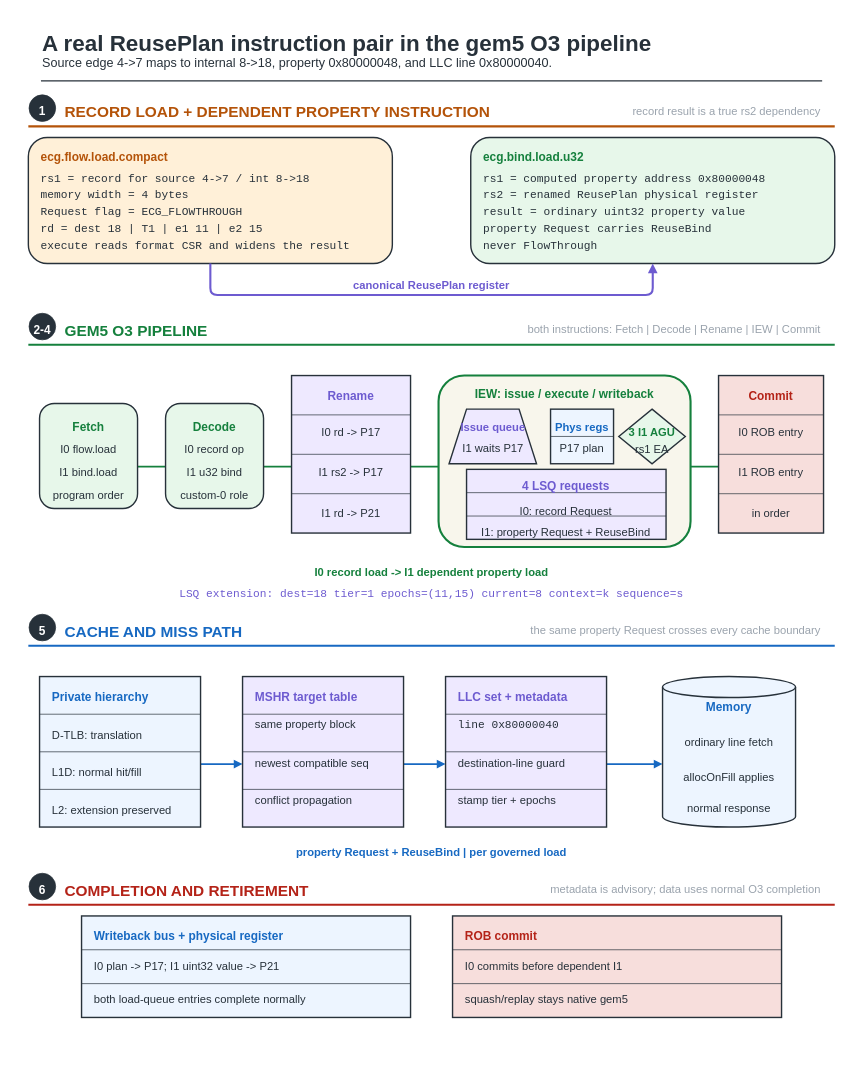
This is fig/wiki_src/risc-v-instruction-path/risc-v-instruction-path-f02-o3-request-pipeline.drawio from UVA-LavaLab/ECG_GrAPL, a draw.io file, before an edit. Source tidied: cells renumbered, new cells numbered last; positions are measured from the earlier drawing's top-left corner, leaving out a move shared by most shapes. Both pictures are drawn from the tidied source at 70%, with x=0, y=0 at pixel (11, 11).
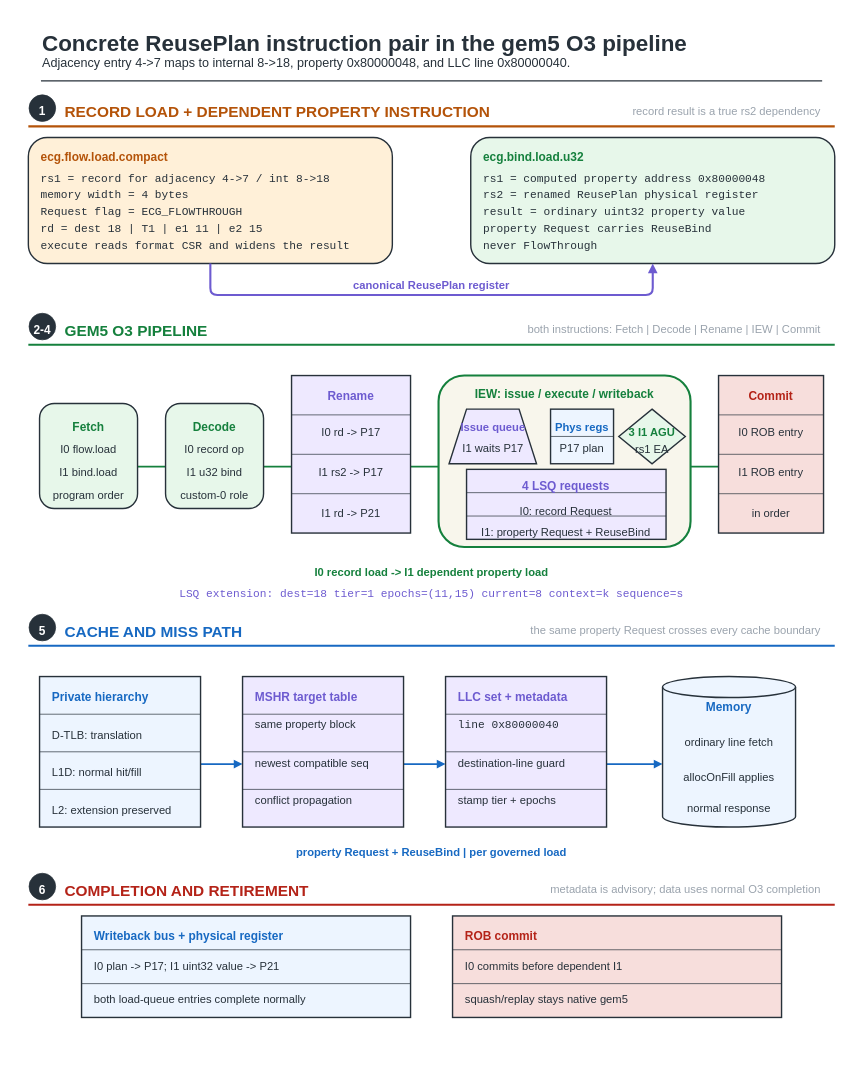
After the change.

Change to the diagram source:
```diff
@@
-    <mxCell id="3" value="A real ReusePlan instruction pair in the gem5 O3 pipeline" style="text;html=0;strokeColor=none;fillColor=none;align=left;verticalAlign=middle;fontFamily=Helvetica;fontSize=32;fontColor=#27313A;fontStyle=1;" parent="1" vertex="1">
-      <mxGeometry x="42" y="19.5" width="1039.7" height="44.8" as="geometry" />
+    <mxCell id="3" value="Concrete ReusePlan instruction pair in the gem5 O3 pipeline" style="text;html=0;strokeColor=none;fillColor=none;align=left;verticalAlign=middle;fontFamily=Helvetica;fontSize=32;fontColor=#27313A;fontStyle=1;" parent="1" vertex="1">
+      <mxGeometry x="42" y="19.5" width="1076.2" height="44.8" as="geometry" />
     </mxCell>
-    <mxCell id="4" value="Source edge 4-&gt;7 maps to internal 8-&gt;18, property 0x80000048, and LLC line 0x80000040." style="text;html=0;strokeColor=none;fillColor=none;align=left;verticalAlign=middle;fontFamily=Helvetica;fontSize=18;fontColor=#27313A;fontStyle=0;" parent="1" vertex="1">
-      <mxGeometry x="42" y="59.5" width="820.4" height="25.2" as="geometry" />
+    <mxCell id="4" value="Adjacency entry 4-&gt;7 maps to internal 8-&gt;18, property 0x80000048, and LLC line 0x80000040." style="text;html=0;strokeColor=none;fillColor=none;align=left;verticalAlign=middle;fontFamily=Helvetica;fontSize=18;fontColor=#27313A;fontStyle=0;" parent="1" vertex="1">
+      <mxGeometry x="42" y="59.5" width="858.6" height="25.2" as="geometry" />
     </mxCell>
@@
-    <mxCell id="13" value="rs1 = record for source 4-&gt;7 / int 8-&gt;18" style="text;html=0;strokeColor=none;fillColor=none;align=left;verticalAlign=middle;fontFamily=Courier New;fontSize=16;fontColor=#27313A;fontStyle=0;" parent="1" vertex="1">
-      <mxGeometry x="40" y="225.2" width="396.8" height="22.4" as="geometry" />
+    <mxCell id="13" value="rs1 = record for adjacency 4-&gt;7 / int 8-&gt;18" style="text;html=0;strokeColor=none;fillColor=none;align=left;verticalAlign=middle;fontFamily=Courier New;fontSize=16;fontColor=#27313A;fontStyle=0;" parent="1" vertex="1">
+      <mxGeometry x="40" y="225.2" width="426.6" height="22.4" as="geometry" />
     </mxCell>
```
